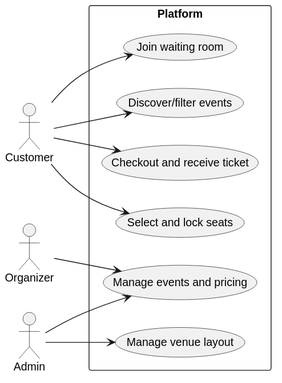
Before: docs/diagrams/export/use-case.svg, a diagram exported from PlantUML (Hessam-Hosseinian/event-ticketing-platform). Source of this version:
```plantuml
@startuml
left to right direction
actor Customer
actor Organizer
actor Admin
rectangle Platform {
 usecase "Discover/filter events" as UC1
 usecase "Join waiting room" as UC2
 usecase "Select and lock seats" as UC3
 usecase "Checkout and receive ticket" as UC4
 usecase "Manage venue layout" as UC5
 usecase "Manage events and pricing" as UC6
}
Customer --> UC1
Customer --> UC2
Customer --> UC3
Customer --> UC4
Organizer --> UC6
Admin --> UC5
Admin --> UC6
@enduml
```
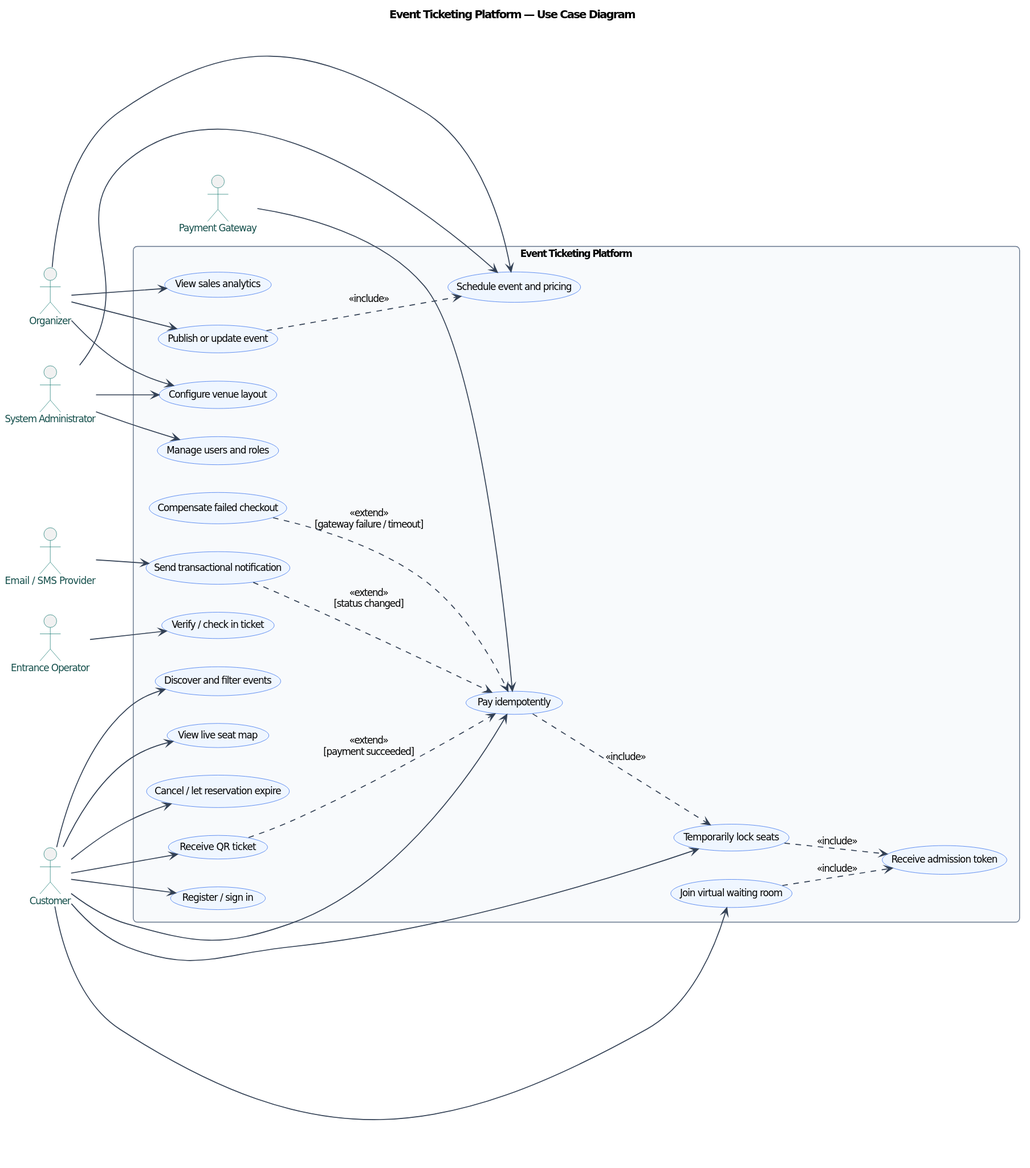
The same diagram one commit later.

Diff of the diagram source:
```diff
@@ -1,21 +1,55 @@
 @startuml
+!include theme.iuml
+title Event Ticketing Platform — Use Case Diagram
 left to right direction
 actor Customer
 actor Organizer
-actor Admin
-rectangle Platform {
- usecase "Discover/filter events" as UC1
- usecase "Join waiting room" as UC2
- usecase "Select and lock seats" as UC3
- usecase "Checkout and receive ticket" as UC4
- usecase "Manage venue layout" as UC5
- usecase "Manage events and pricing" as UC6
+actor "System Administrator" as Admin
+actor "Payment Gateway" as Gateway
+actor "Email / SMS Provider" as Provider
+actor "Entrance Operator" as Operator
+rectangle "Event Ticketing Platform" {
+  usecase "Register / sign in" as Auth
+  usecase "Discover and filter events" as Discover
+  usecase "View live seat map" as SeatMap
+  usecase "Join virtual waiting room" as Queue
+  usecase "Receive admission token" as Admission
+  usecase "Temporarily lock seats" as Lock
+  usecase "Cancel / let reservation expire" as Cancel
+  usecase "Pay idempotently" as Pay
+  usecase "Compensate failed checkout" as Compensate
+  usecase "Receive QR ticket" as Ticket
+  usecase "Verify / check in ticket" as Verify
+  usecase "Configure venue layout" as Venue
+  usecase "Schedule event and pricing" as Event
+  usecase "Publish or update event" as Publish
+  usecase "View sales analytics" as Analytics
+  usecase "Manage users and roles" as Users
+  usecase "Send transactional notification" as Notify
 }
-Customer --> UC1
-Customer --> UC2
-Customer --> UC3
-Customer --> UC4
-Organizer --> UC6
-Admin --> UC5
-Admin --> UC6
+Customer --> Auth
+Customer --> Discover
+Customer --> SeatMap
+Customer --> Queue
+Customer --> Lock
+Customer --> Cancel
+Customer --> Pay
+Customer --> Ticket
+Organizer --> Venue
+Organizer --> Event
+Organizer --> Publish
+Organizer --> Analytics
+Admin --> Users
+Admin --> Venue
+Admin --> Event
+Operator --> Verify
+Gateway --> Pay
+Provider --> Notify
+Queue ..> Admission : <<include>>
+Lock ..> Admission : <<include>>
+Pay ..> Lock : <<include>>
+Compensate ..> Pay : <<extend>>\n[gateway failure / timeout]
+Ticket ..> Pay : <<extend>>\n[payment succeeded]
+Notify ..> Pay : <<extend>>\n[status changed]
+Publish ..> Event : <<include>>
 @enduml
```
